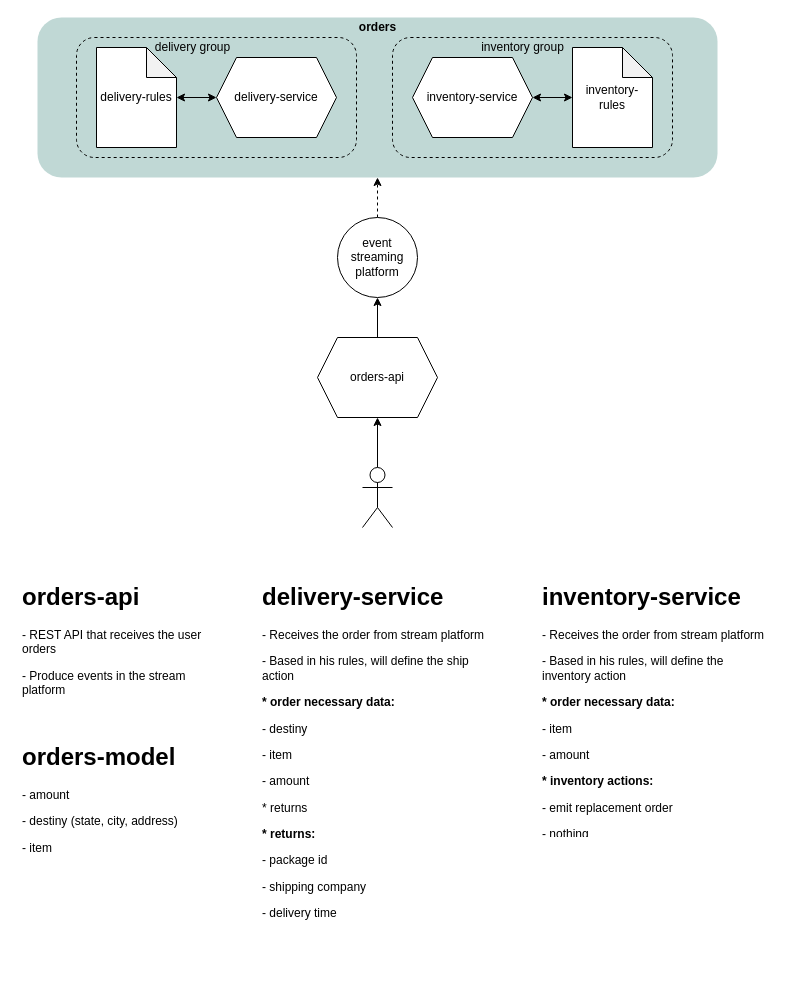
Before: Untitled Diagram.drawio in GustavoLent/e-commerce, a draw.io diagram. Source tidied: cells renumbered, new cells numbered last; positions are measured from the earlier drawing's top-left corner, leaving out a move shared by most shapes. Both pictures are drawn from the tidied source at 100%, with x=0, y=0 at pixel (17, 17).
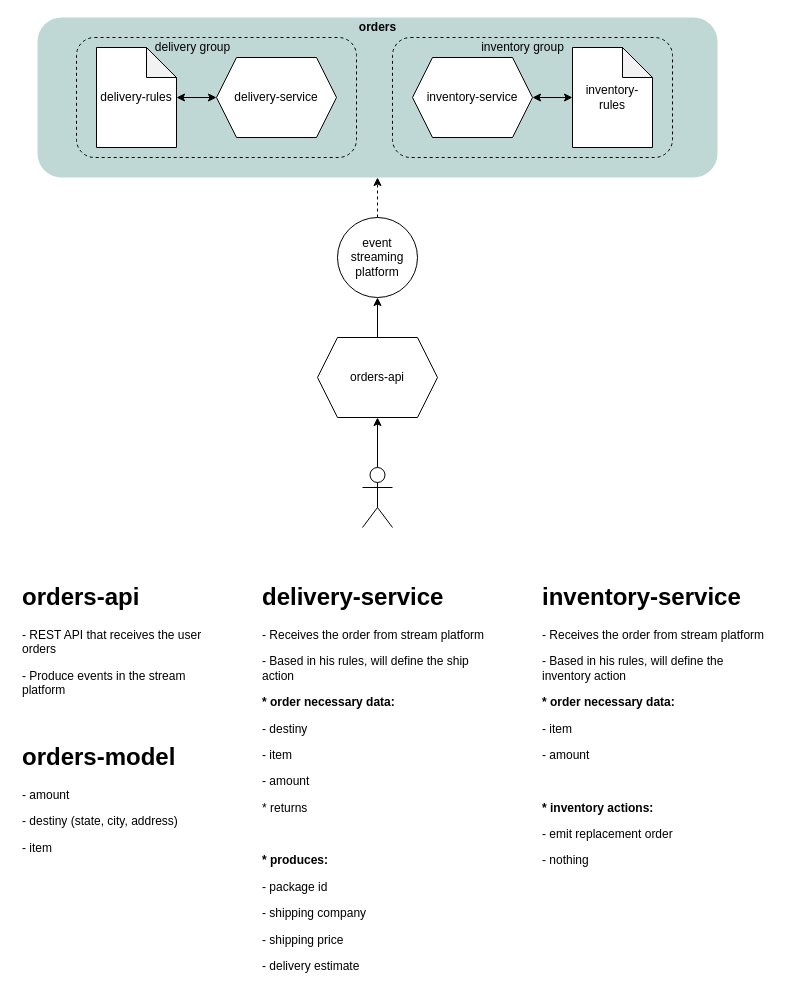
The same diagram, later.

The edit, as a diff of the source:
```diff
@@
-    <mxCell id="9" value="&lt;h1&gt;delivery-service&lt;/h1&gt;&lt;p&gt;- Receives the order from stream platform&lt;/p&gt;&lt;p&gt;- Based in his rules, will define the ship action&lt;/p&gt;&lt;p&gt;&lt;b&gt;* order necessary data:&lt;/b&gt;&lt;/p&gt;&lt;p&gt;- destiny&lt;/p&gt;&lt;p&gt;- item&lt;/p&gt;&lt;p&gt;- amount&lt;/p&gt;&lt;p&gt;* returns&lt;/p&gt;&lt;p&gt;&lt;b&gt;* returns:&lt;/b&gt;&lt;/p&gt;&lt;p&gt;- package id&lt;/p&gt;&lt;p&gt;- shipping company&lt;/p&gt;&lt;p&gt;- delivery time&lt;/p&gt;" style="text;html=1;strokeColor=none;fillColor=none;spacing=5;spacingTop=-20;whiteSpace=wrap;overflow=hidden;rounded=0;shadow=0;glass=0;dashed=1;sketch=0;" parent="1" vertex="1">
-      <mxGeometry x="240" y="560" width="240" height="360" as="geometry" />
+    <mxCell id="9" value="&lt;h1&gt;delivery-service&lt;/h1&gt;&lt;p&gt;- Receives the order from stream platform&lt;/p&gt;&lt;p&gt;- Based in his rules, will define the ship action&lt;/p&gt;&lt;p&gt;&lt;b&gt;* order necessary data:&lt;/b&gt;&lt;/p&gt;&lt;p&gt;- destiny&lt;/p&gt;&lt;p&gt;- item&lt;/p&gt;&lt;p&gt;- amount&lt;/p&gt;&lt;p&gt;* returns&lt;/p&gt;&lt;p&gt;&lt;br&gt;&lt;/p&gt;&lt;p&gt;&lt;b&gt;* produces:&lt;/b&gt;&lt;/p&gt;&lt;p&gt;- package id&lt;/p&gt;&lt;p&gt;- shipping company&lt;/p&gt;&lt;p&gt;- shipping price&lt;/p&gt;&lt;p&gt;- delivery estimate&lt;/p&gt;" style="text;html=1;strokeColor=none;fillColor=none;spacing=5;spacingTop=-20;whiteSpace=wrap;overflow=hidden;rounded=0;shadow=0;glass=0;dashed=1;sketch=0;" parent="1" vertex="1">
+      <mxGeometry x="240" y="560" width="240" height="400" as="geometry" />
     </mxCell>
-    <mxCell id="10" value="&lt;h1&gt;inventory-service&lt;/h1&gt;&lt;p&gt;- Receives the order from stream platform&lt;/p&gt;&lt;p&gt;- Based in his rules, will define the inventory action&lt;br&gt;&lt;/p&gt;&lt;p&gt;&lt;b&gt;* order necessary data:&lt;/b&gt;&lt;/p&gt;&lt;p&gt;- item&lt;/p&gt;&lt;p&gt;- amount&lt;/p&gt;&lt;p&gt;&lt;b&gt;* inventory actions:&lt;/b&gt;&lt;/p&gt;&lt;p&gt;- emit replacement order&lt;/p&gt;&lt;p&gt;- nothing&lt;/p&gt;" style="text;html=1;strokeColor=none;fillColor=none;spacing=5;spacingTop=-20;whiteSpace=wrap;overflow=hidden;rounded=0;shadow=0;glass=0;dashed=1;sketch=0;" parent="1" vertex="1">
-      <mxGeometry x="520" y="560" width="240" height="260" as="geometry" />
+    <mxCell id="10" value="&lt;h1&gt;inventory-service&lt;/h1&gt;&lt;p&gt;- Receives the order from stream platform&lt;/p&gt;&lt;p&gt;- Based in his rules, will define the inventory action&lt;br&gt;&lt;/p&gt;&lt;p&gt;&lt;b&gt;* order necessary data:&lt;/b&gt;&lt;/p&gt;&lt;p&gt;- item&lt;/p&gt;&lt;p&gt;- amount&lt;/p&gt;&lt;p&gt;&lt;br&gt;&lt;/p&gt;&lt;p&gt;&lt;b&gt;* inventory actions:&lt;/b&gt;&lt;/p&gt;&lt;p&gt;- emit replacement order&lt;/p&gt;&lt;p&gt;- nothing&lt;/p&gt;" style="text;html=1;strokeColor=none;fillColor=none;spacing=5;spacingTop=-20;whiteSpace=wrap;overflow=hidden;rounded=0;shadow=0;glass=0;dashed=1;sketch=0;" parent="1" vertex="1">
+      <mxGeometry x="520" y="560" width="240" height="400" as="geometry" />
     </mxCell>
```
